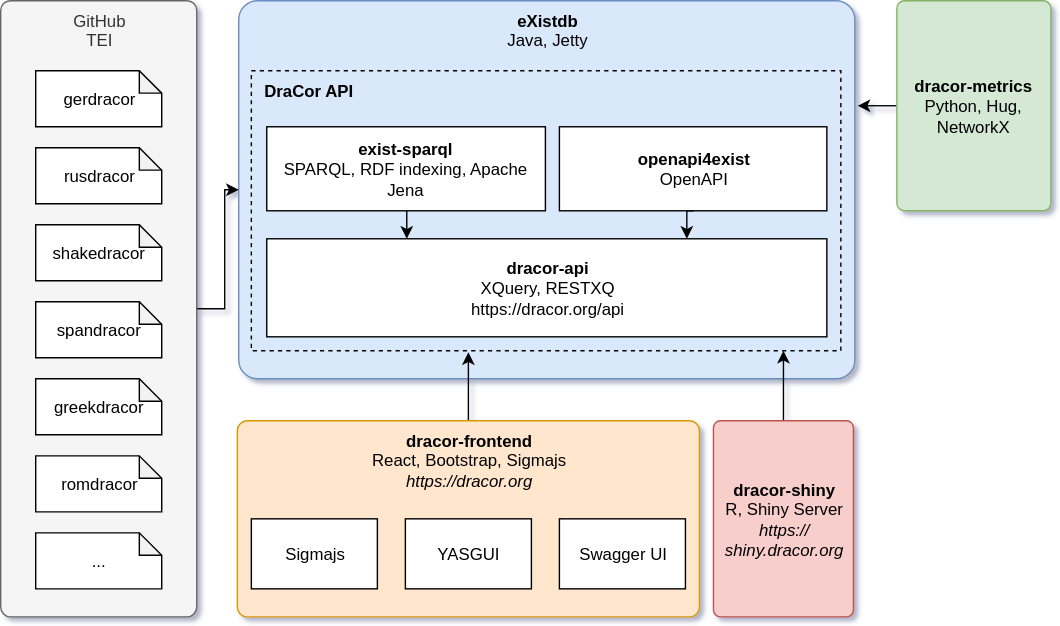
Earlier version of the draw.io export dracor.drawio.svg (dracor-org/dracor-api). Source tidied: cells renumbered, new cells last; positions are measured from the earlier drawing's top-left corner, leaving out a move shared by most shapes. The source it was exported from:
```xml
<mxGraphModel shadow="1">
  <root>
    <mxCell id="0" />
    <mxCell id="1" parent="0" />
    <mxCell id="2" value="&lt;b&gt;eXistdb&lt;/b&gt;&lt;br&gt;Java, Jetty&lt;br&gt;" style="rounded=1;whiteSpace=wrap;html=1;fillColor=#dae8fc;strokeColor=#6c8ebf;arcSize=5;glass=0;shadow=0;verticalAlign=top;" parent="1" vertex="1">
      <mxGeometry x="170" width="440" height="270" as="geometry" />
    </mxCell>
    <mxCell id="3" value="&amp;nbsp; DraCor API&lt;br&gt;" style="rounded=0;whiteSpace=wrap;html=1;shadow=0;glass=0;fillColor=none;dashed=1;verticalAlign=top;align=left;fontStyle=1;" parent="1" vertex="1">
      <mxGeometry x="179" y="50" width="421" height="200" as="geometry" />
    </mxCell>
    <mxCell id="4" value="&lt;b&gt;dracor-api&lt;/b&gt;&lt;br&gt;XQuery, RESTXQ&lt;br&gt;https://dracor.org/api&lt;br&gt;" style="rounded=0;whiteSpace=wrap;html=1;shadow=0;glass=0;" parent="1" vertex="1">
      <mxGeometry x="190" y="170" width="400" height="70" as="geometry" />
    </mxCell>
    <mxCell id="5" style="edgeStyle=orthogonalEdgeStyle;rounded=0;jettySize=auto;html=1;exitX=0.5;exitY=1;exitDx=0;exitDy=0;entryX=0.25;entryY=0;entryDx=0;entryDy=0;" parent="1" edge="1" source="6" target="4">
      <mxGeometry relative="1" as="geometry" />
    </mxCell>
    <mxCell id="6" value="&lt;b&gt;exist-sparql&lt;/b&gt;&lt;br&gt;SPARQL, RDF indexing, Apache Jena&lt;br&gt;" style="rounded=0;whiteSpace=wrap;html=1;shadow=0;glass=0;" parent="1" vertex="1">
      <mxGeometry x="190" y="90" width="199" height="60" as="geometry" />
    </mxCell>
    <mxCell id="7" style="edgeStyle=orthogonalEdgeStyle;rounded=0;jettySize=auto;html=1;exitX=0.5;exitY=1;exitDx=0;exitDy=0;entryX=0.75;entryY=0;entryDx=0;entryDy=0;" parent="1" edge="1" source="8" target="4">
      <mxGeometry relative="1" as="geometry" />
    </mxCell>
    <mxCell id="8" value="&lt;b&gt;openapi4exist&lt;br&gt;&lt;/b&gt;OpenAPI&lt;br&gt;" style="rounded=0;whiteSpace=wrap;html=1;shadow=0;glass=0;" parent="1" vertex="1">
      <mxGeometry x="399" y="90" width="191" height="60" as="geometry" />
    </mxCell>
    <mxCell id="9" style="edgeStyle=orthogonalEdgeStyle;rounded=0;jettySize=auto;html=1;exitX=0;exitY=0.5;exitDx=0;exitDy=0;entryX=1.005;entryY=0.278;entryDx=0;entryDy=0;entryPerimeter=0;" parent="1" edge="1" source="10" target="2">
      <mxGeometry relative="1" as="geometry" />
    </mxCell>
    <mxCell id="10" value="&lt;b&gt;dracor-metrics&lt;/b&gt;&lt;br&gt;Python, Hug, NetworkX&lt;br&gt;" style="rounded=1;whiteSpace=wrap;html=1;shadow=0;glass=0;fillColor=#d5e8d4;align=center;strokeColor=#82b366;arcSize=5;" parent="1" vertex="1">
      <mxGeometry x="640" width="110" height="150" as="geometry" />
    </mxCell>
    <mxCell id="11" style="edgeStyle=orthogonalEdgeStyle;rounded=0;jettySize=auto;html=1;exitX=0.5;exitY=0;exitDx=0;exitDy=0;entryX=0.368;entryY=1.005;entryDx=0;entryDy=0;entryPerimeter=0;" parent="1" edge="1" source="12" target="3">
      <mxGeometry relative="1" as="geometry" />
    </mxCell>
    <mxCell id="12" value="&lt;b&gt;dracor-frontend&lt;/b&gt;&lt;br&gt;React, Bootstrap, Sigmajs&lt;br&gt;&lt;i&gt;https://dracor.org&lt;/i&gt;&lt;br&gt;" style="rounded=1;whiteSpace=wrap;html=1;shadow=0;glass=0;fillColor=#ffe6cc;align=center;strokeColor=#d79b00;verticalAlign=top;arcSize=5;" parent="1" vertex="1">
      <mxGeometry x="169" y="300" width="330" height="140" as="geometry" />
    </mxCell>
    <mxCell id="13" style="edgeStyle=orthogonalEdgeStyle;rounded=0;jettySize=auto;html=1;exitX=1;exitY=0.5;exitDx=0;exitDy=0;entryX=0;entryY=0.5;entryDx=0;entryDy=0;" parent="1" edge="1" source="14" target="2">
      <mxGeometry relative="1" as="geometry" />
    </mxCell>
    <mxCell id="14" value="GitHub&lt;br&gt;TEI&lt;br&gt;" style="rounded=1;whiteSpace=wrap;html=1;shadow=0;glass=0;fillColor=#f5f5f5;align=center;verticalAlign=top;arcSize=5;strokeColor=#666666;fontColor=#333333;" parent="1" vertex="1">
      <mxGeometry width="140" height="440" as="geometry" />
    </mxCell>
    <mxCell id="15" value="gerdracor" style="shape=note;whiteSpace=wrap;html=1;backgroundOutline=1;darkOpacity=0.05;shadow=0;glass=0;fillColor=#ffffff;align=center;size=16;" parent="1" vertex="1">
      <mxGeometry x="25" y="50" width="90" height="40" as="geometry" />
    </mxCell>
    <mxCell id="16" value="rusdracor" style="shape=note;whiteSpace=wrap;html=1;backgroundOutline=1;darkOpacity=0.05;shadow=0;glass=0;fillColor=#ffffff;align=center;size=16;" parent="1" vertex="1">
      <mxGeometry x="25" y="105" width="90" height="40" as="geometry" />
    </mxCell>
    <mxCell id="17" value="shakedracor" style="shape=note;whiteSpace=wrap;html=1;backgroundOutline=1;darkOpacity=0.05;shadow=0;glass=0;fillColor=#ffffff;align=center;size=16;" parent="1" vertex="1">
      <mxGeometry x="25" y="160" width="90" height="40" as="geometry" />
    </mxCell>
    <mxCell id="18" value="spandracor" style="shape=note;whiteSpace=wrap;html=1;backgroundOutline=1;darkOpacity=0.05;shadow=0;glass=0;fillColor=#ffffff;align=center;size=16;" parent="1" vertex="1">
      <mxGeometry x="25" y="215" width="90" height="40" as="geometry" />
    </mxCell>
    <mxCell id="19" value="YASGUI" style="rounded=0;whiteSpace=wrap;html=1;shadow=0;glass=0;fillColor=#ffffff;align=center;" parent="1" vertex="1">
      <mxGeometry x="289" y="370" width="90" height="50" as="geometry" />
    </mxCell>
    <mxCell id="20" value="Swagger UI" style="rounded=0;whiteSpace=wrap;html=1;shadow=0;glass=0;fillColor=#ffffff;align=center;" parent="1" vertex="1">
      <mxGeometry x="399" y="370" width="90" height="50" as="geometry" />
    </mxCell>
    <mxCell id="21" style="edgeStyle=orthogonalEdgeStyle;rounded=0;jettySize=auto;html=1;exitX=0.5;exitY=0;exitDx=0;exitDy=0;entryX=0.903;entryY=1;entryDx=0;entryDy=0;entryPerimeter=0;" parent="1" edge="1" source="22" target="3">
      <mxGeometry relative="1" as="geometry" />
    </mxCell>
    <mxCell id="22" value="&lt;b&gt;dracor-shiny&lt;/b&gt;&lt;br&gt;R, Shiny Server&lt;br&gt;&lt;i&gt;https://&lt;br&gt;shiny.dracor.org&lt;/i&gt;&lt;br&gt;" style="rounded=1;whiteSpace=wrap;html=1;shadow=0;glass=0;fillColor=#f8cecc;align=center;arcSize=5;strokeColor=#b85450;" parent="1" vertex="1">
      <mxGeometry x="509" y="300" width="100" height="140" as="geometry" />
    </mxCell>
    <mxCell id="23" value="Sigmajs&lt;br&gt;" style="rounded=0;whiteSpace=wrap;html=1;shadow=0;glass=0;fillColor=#ffffff;align=center;" parent="1" vertex="1">
      <mxGeometry x="179" y="370" width="90" height="50" as="geometry" />
    </mxCell>
    <mxCell id="24" value="greekdracor" style="shape=note;whiteSpace=wrap;html=1;backgroundOutline=1;darkOpacity=0.05;shadow=0;glass=0;fillColor=#ffffff;align=center;size=16;" parent="1" vertex="1">
      <mxGeometry x="25" y="270" width="90" height="40" as="geometry" />
    </mxCell>
    <mxCell id="25" value="romdracor" style="shape=note;whiteSpace=wrap;html=1;backgroundOutline=1;darkOpacity=0.05;shadow=0;glass=0;fillColor=#ffffff;align=center;size=16;" parent="1" vertex="1">
      <mxGeometry x="25" y="325" width="90" height="40" as="geometry" />
    </mxCell>
    <mxCell id="26" value="..." style="shape=note;whiteSpace=wrap;html=1;backgroundOutline=1;darkOpacity=0.05;shadow=0;glass=0;fillColor=#ffffff;align=center;size=16;" parent="1" vertex="1">
      <mxGeometry x="25" y="380" width="90" height="40" as="geometry" />
    </mxCell>
  </root>
</mxGraphModel>
```
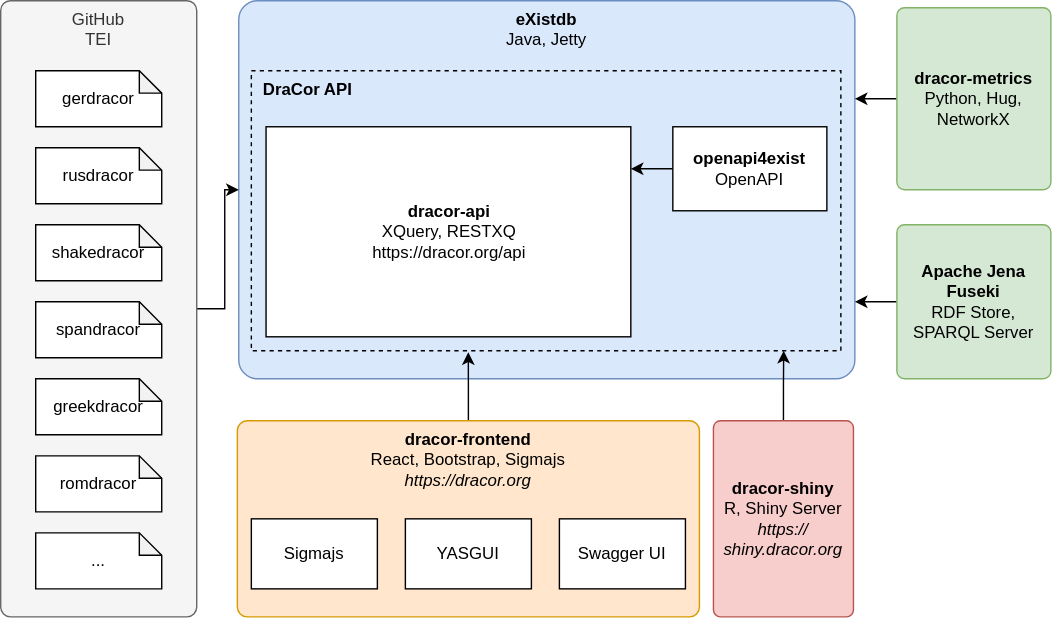
After the change.

Commit message:
Update architecture diagram

Change to the diagram source:
```diff
@@ -1,4 +1,4 @@
-<mxGraphModel shadow="1">
+<mxGraphModel>
   <root>
     <mxCell id="0" />
     <mxCell id="1" parent="0" />
@@ -9,25 +9,30 @@
       <mxGeometry x="179" y="50" width="421" height="200" as="geometry" />
     </mxCell>
     <mxCell id="4" value="&lt;b&gt;dracor-api&lt;/b&gt;&lt;br&gt;XQuery, RESTXQ&lt;br&gt;https://dracor.org/api&lt;br&gt;" style="rounded=0;whiteSpace=wrap;html=1;shadow=0;glass=0;" parent="1" vertex="1">
-      <mxGeometry x="190" y="170" width="400" height="70" as="geometry" />
+      <mxGeometry x="189.5" y="90" width="260.5" height="150" as="geometry" />
     </mxCell>
-    <mxCell id="5" style="edgeStyle=orthogonalEdgeStyle;rounded=0;jettySize=auto;html=1;exitX=0.5;exitY=1;exitDx=0;exitDy=0;entryX=0.25;entryY=0;entryDx=0;entryDy=0;" parent="1" edge="1" source="6" target="4">
-      <mxGeometry relative="1" as="geometry" />
-    </mxCell>
-    <mxCell id="6" value="&lt;b&gt;exist-sparql&lt;/b&gt;&lt;br&gt;SPARQL, RDF indexing, Apache Jena&lt;br&gt;" style="rounded=0;whiteSpace=wrap;html=1;shadow=0;glass=0;" parent="1" vertex="1">
-      <mxGeometry x="190" y="90" width="199" height="60" as="geometry" />
-    </mxCell>
-    <mxCell id="7" style="edgeStyle=orthogonalEdgeStyle;rounded=0;jettySize=auto;html=1;exitX=0.5;exitY=1;exitDx=0;exitDy=0;entryX=0.75;entryY=0;entryDx=0;entryDy=0;" parent="1" edge="1" source="8" target="4">
-      <mxGeometry relative="1" as="geometry" />
+    <mxCell id="7" style="edgeStyle=orthogonalEdgeStyle;rounded=0;jettySize=auto;html=1;" parent="1" edge="1" source="8" target="4">
+      <mxGeometry relative="1" as="geometry">
+        <Array as="points">
+          <mxPoint x="450" y="120" />
+          <mxPoint x="450" y="120" />
+        </Array>
+      </mxGeometry>
     </mxCell>
     <mxCell id="8" value="&lt;b&gt;openapi4exist&lt;br&gt;&lt;/b&gt;OpenAPI&lt;br&gt;" style="rounded=0;whiteSpace=wrap;html=1;shadow=0;glass=0;" parent="1" vertex="1">
-      <mxGeometry x="399" y="90" width="191" height="60" as="geometry" />
+      <mxGeometry x="480" y="90" width="110" height="60" as="geometry" />
     </mxCell>
-    <mxCell id="9" style="edgeStyle=orthogonalEdgeStyle;rounded=0;jettySize=auto;html=1;exitX=0;exitY=0.5;exitDx=0;exitDy=0;entryX=1.005;entryY=0.278;entryDx=0;entryDy=0;entryPerimeter=0;" parent="1" edge="1" source="10" target="2">
-      <mxGeometry relative="1" as="geometry" />
+    <mxCell id="9" style="edgeStyle=orthogonalEdgeStyle;rounded=0;jettySize=auto;html=1;exitX=0;exitY=0.5;exitDx=0;exitDy=0;" parent="1" edge="1" source="10">
+      <mxGeometry relative="1" as="geometry">
+        <mxPoint x="610" y="70" as="targetPoint" />
+        <Array as="points">
+          <mxPoint x="630" y="70" />
+          <mxPoint x="630" y="70" />
+        </Array>
+      </mxGeometry>
     </mxCell>
     <mxCell id="10" value="&lt;b&gt;dracor-metrics&lt;/b&gt;&lt;br&gt;Python, Hug, NetworkX&lt;br&gt;" style="rounded=1;whiteSpace=wrap;html=1;shadow=0;glass=0;fillColor=#d5e8d4;align=center;strokeColor=#82b366;arcSize=5;" parent="1" vertex="1">
-      <mxGeometry x="640" width="110" height="150" as="geometry" />
+      <mxGeometry x="640" y="5" width="110" height="130" as="geometry" />
     </mxCell>
     <mxCell id="11" style="edgeStyle=orthogonalEdgeStyle;rounded=0;jettySize=auto;html=1;exitX=0.5;exitY=0;exitDx=0;exitDy=0;entryX=0.368;entryY=1.005;entryDx=0;entryDy=0;entryPerimeter=0;" parent="1" edge="1" source="12" target="3">
       <mxGeometry relative="1" as="geometry" />
@@ -77,5 +82,13 @@
     <mxCell id="26" value="..." style="shape=note;whiteSpace=wrap;html=1;backgroundOutline=1;darkOpacity=0.05;shadow=0;glass=0;fillColor=#ffffff;align=center;size=16;" parent="1" vertex="1">
       <mxGeometry x="25" y="380" width="90" height="40" as="geometry" />
     </mxCell>
+    <mxCell id="27" style="edgeStyle=orthogonalEdgeStyle;rounded=0;jettySize=auto;html=1;" parent="1" edge="1" source="28">
+      <mxGeometry relative="1" as="geometry">
+        <mxPoint x="610" y="215" as="targetPoint" />
+      </mxGeometry>
+    </mxCell>
+    <mxCell id="28" value="&lt;b&gt;Apache Jena Fuseki&lt;/b&gt;&lt;br&gt;RDF Store, SPARQL Server" style="rounded=1;whiteSpace=wrap;html=1;shadow=0;glass=0;fillColor=#d5e8d4;align=center;strokeColor=#82b366;arcSize=5;" parent="1" vertex="1">
+      <mxGeometry x="640" y="160" width="110" height="110" as="geometry" />
+    </mxCell>
   </root>
 </mxGraphModel>
```
